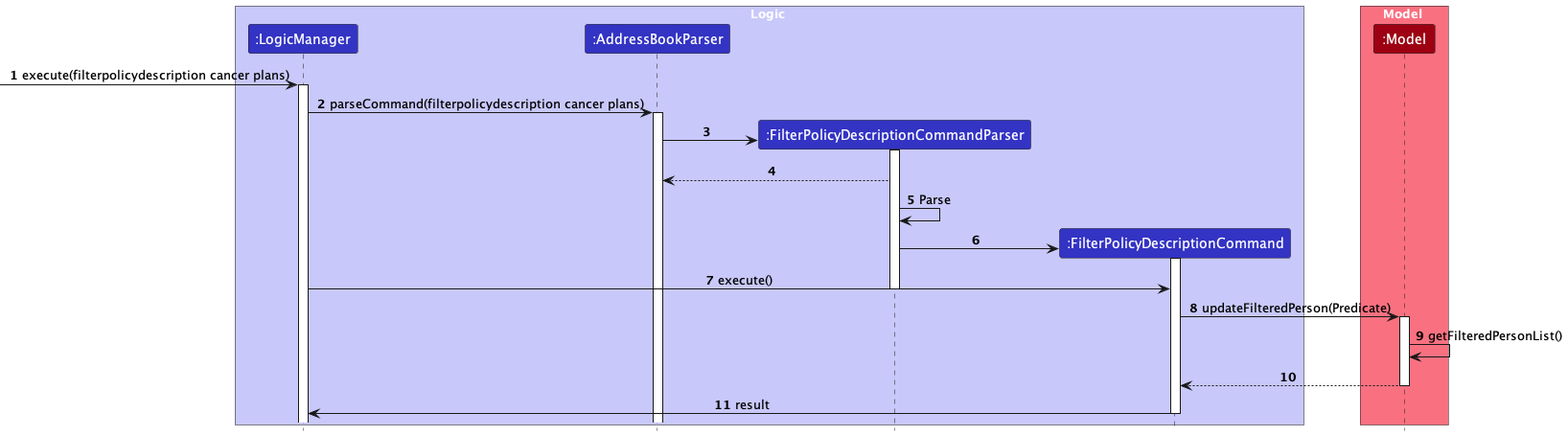
AY2324S1-CS2103-W14-1/tp keeps this PlantUML diagram as diagrams/FilterPolicySequenceDiagram.png. Above is the earlier version. Source of this version:
```plantuml
@startuml
!include style.puml
skinparam ArrowFontStyle plain

box Logic LOGIC_COLOR_T1
participant ":LogicManager" as LogicManager LOGIC_COLOR
participant ":AddressBookParser" as AddressBookParser LOGIC_COLOR
participant ":FilterPolicyDescriptionCommandParser" as FilterPolicyDescriptionCommandParser LOGIC_COLOR
participant ":FilterPolicyDescriptionCommand" as FilterPolicyDescriptionCommand LOGIC_COLOR
end box

box Model MODEL_COLOR_T1
participant ":Model" as Model MODEL_COLOR
end box

autonumber
[->LogicManager : execute(filterpolicydescription cancer plans)
activate LogicManager

LogicManager -> AddressBookParser : parseCommand(filterpolicydescription cancer plans)
activate AddressBookParser

create FilterPolicyDescriptionCommandParser
AddressBookParser -> FilterPolicyDescriptionCommandParser:
activate FilterPolicyDescriptionCommandParser

FilterPolicyDescriptionCommandParser --> AddressBookParser
FilterPolicyDescriptionCommandParser -> FilterPolicyDescriptionCommandParser : Parse

create FilterPolicyDescriptionCommand
FilterPolicyDescriptionCommandParser -> FilterPolicyDescriptionCommand
activate FilterPolicyDescriptionCommand
LogicManager -> FilterPolicyDescriptionCommand : execute()
deactivate FilterPolicyDescriptionCommandParser

FilterPolicyDescriptionCommand -> Model : updateFilteredPerson(Predicate)
activate Model
Model -> Model : getFilteredPersonList()
Model --> FilterPolicyDescriptionCommand
deactivate Model
LogicManager <- FilterPolicyDescriptionCommand: result
deactivate FilterPolicyDescriptionCommand


@enduml
```
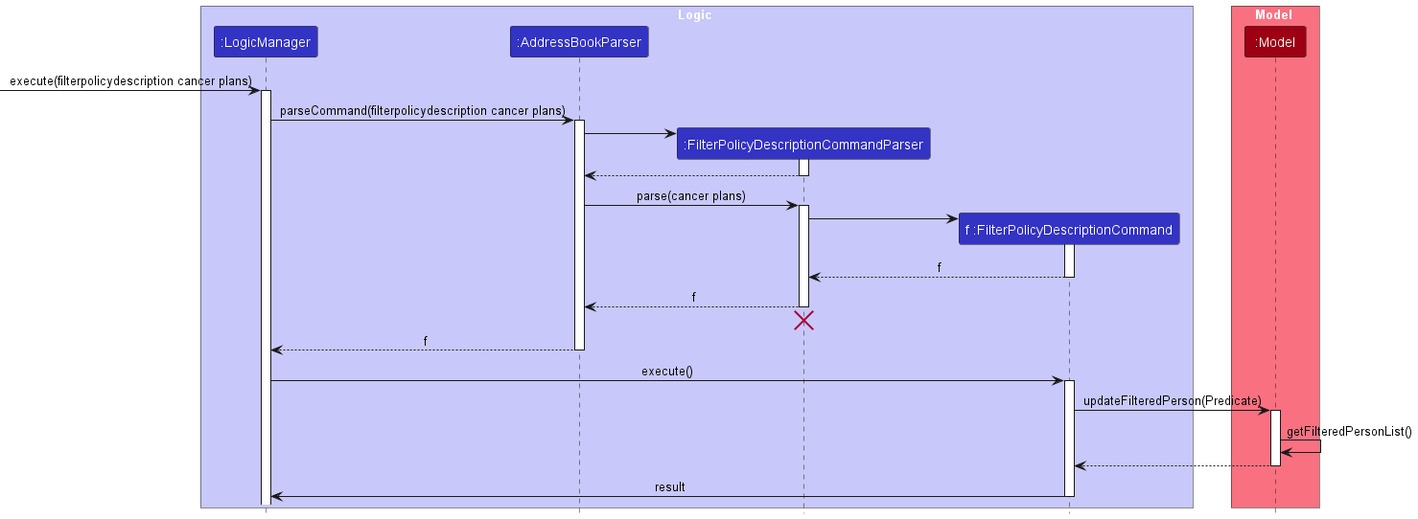
The same diagram one commit later.

Diff of the diagram source:
```diff
@@ -6,14 +6,13 @@
 participant ":LogicManager" as LogicManager LOGIC_COLOR
 participant ":AddressBookParser" as AddressBookParser LOGIC_COLOR
 participant ":FilterPolicyDescriptionCommandParser" as FilterPolicyDescriptionCommandParser LOGIC_COLOR
-participant ":FilterPolicyDescriptionCommand" as FilterPolicyDescriptionCommand LOGIC_COLOR
+participant "f :FilterPolicyDescriptionCommand" as FilterPolicyDescriptionCommand LOGIC_COLOR
 end box
 
 box Model MODEL_COLOR_T1
 participant ":Model" as Model MODEL_COLOR
 end box
 
-autonumber
 [->LogicManager : execute(filterpolicydescription cancer plans)
 activate LogicManager
 
@@ -25,13 +24,28 @@
 activate FilterPolicyDescriptionCommandParser
 
 FilterPolicyDescriptionCommandParser --> AddressBookParser
-FilterPolicyDescriptionCommandParser -> FilterPolicyDescriptionCommandParser : Parse
+deactivate FilterPolicyDescriptionCommandParser
+
+AddressBookParser -> FilterPolicyDescriptionCommandParser : parse(cancer plans)
+activate FilterPolicyDescriptionCommandParser
 
 create FilterPolicyDescriptionCommand
 FilterPolicyDescriptionCommandParser -> FilterPolicyDescriptionCommand
 activate FilterPolicyDescriptionCommand
+
+FilterPolicyDescriptionCommand --> FilterPolicyDescriptionCommandParser: f
+deactivate FilterPolicyDescriptionCommand
+
+FilterPolicyDescriptionCommandParser --> AddressBookParser: f
+deactivate FilterPolicyDescriptionCommandParser
+FilterPolicyDescriptionCommandParser -[hidden]-> AddressBookParser
+destroy FilterPolicyDescriptionCommandParser
+
+AddressBookParser --> LogicManager: f
+deactivate AddressBookParser
+
 LogicManager -> FilterPolicyDescriptionCommand : execute()
-deactivate FilterPolicyDescriptionCommandParser
+activate FilterPolicyDescriptionCommand
 
 FilterPolicyDescriptionCommand -> Model : updateFilteredPerson(Predicate)
 activate Model
@@ -40,6 +54,4 @@
 deactivate Model
 LogicManager <- FilterPolicyDescriptionCommand: result
 deactivate FilterPolicyDescriptionCommand
-
-
 @enduml
```
